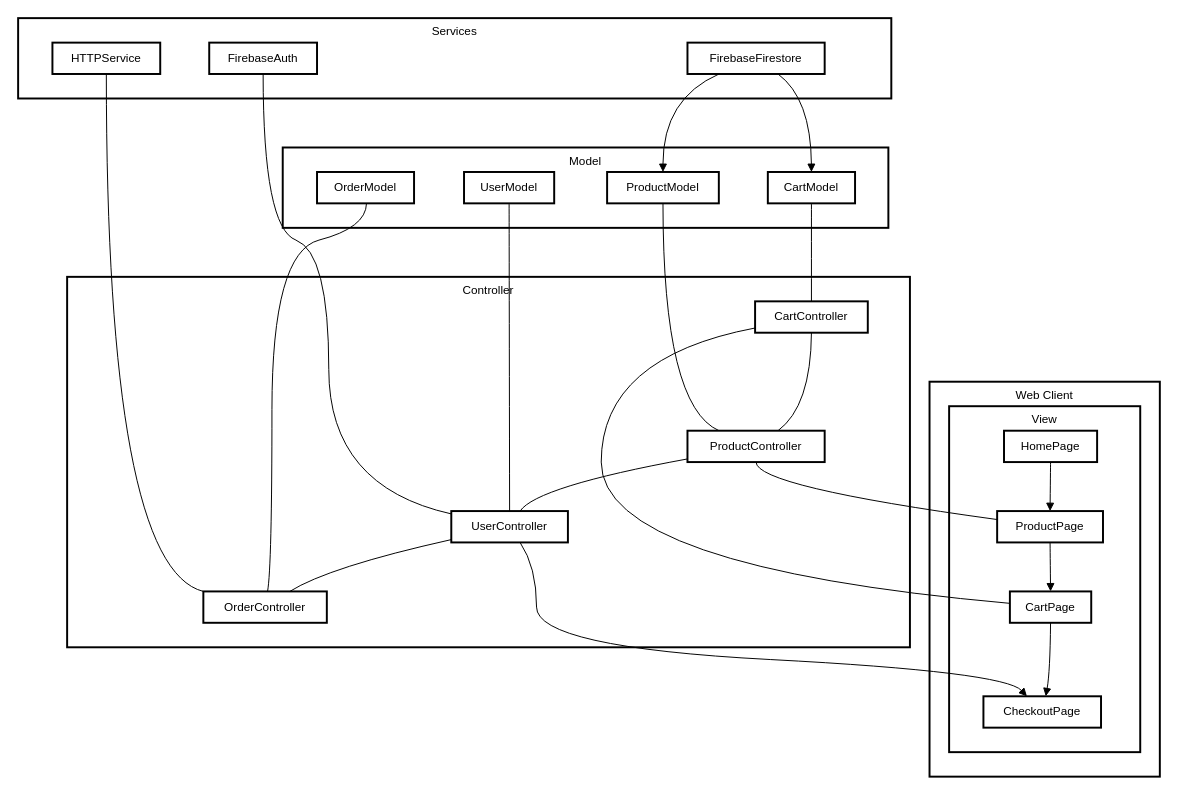
The draw.io diagram lib/systemarchitecture.drawio in brianmwirigi/vegi_connect, before the edit. Source tidied: cells renumbered, new cells numbered last; positions are measured from the earlier drawing's top-left corner, leaving out a move shared by most shapes. Both pictures are drawn from the tidied source at 98%, with x=0, y=0 at pixel (18, 18).
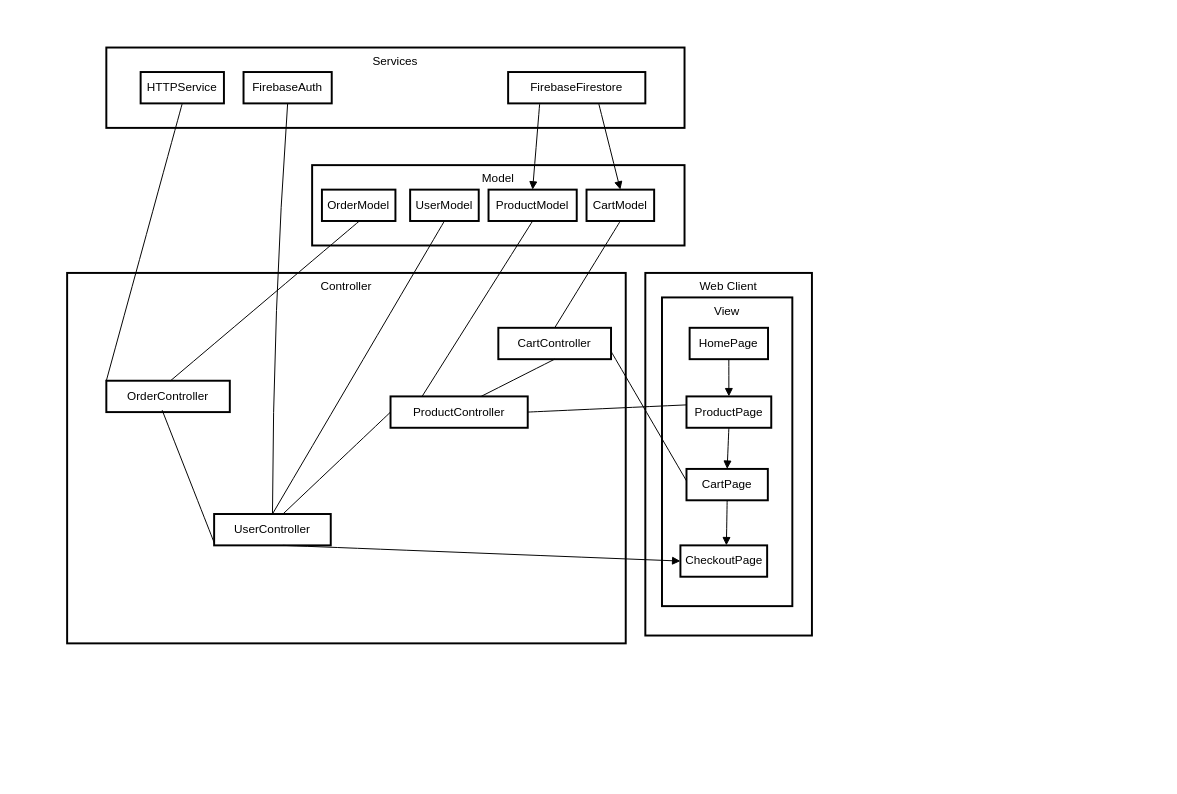
Above is the later version.

Change to the diagram source:
```diff
@@
     <mxCell id="2" value="Services" style="whiteSpace=wrap;strokeWidth=2;verticalAlign=top;" parent="1" vertex="1">
-      <mxGeometry width="891" height="82" as="geometry" />
+      <mxGeometry x="90" y="30" width="590" height="82" as="geometry" />
     </mxCell>
     <mxCell id="3" value="FirebaseAuth" style="whiteSpace=wrap;strokeWidth=2;" parent="1" vertex="1">
-      <mxGeometry x="195" y="25" width="110" height="32" as="geometry" />
+      <mxGeometry x="230" y="55" width="90" height="32" as="geometry" />
     </mxCell>
     <mxCell id="4" value="FirebaseFirestore" style="whiteSpace=wrap;strokeWidth=2;" parent="1" vertex="1">
-      <mxGeometry x="683" y="25" width="140" height="32" as="geometry" />
+      <mxGeometry x="500" y="55" width="140" height="32" as="geometry" />
     </mxCell>
     <mxCell id="5" value="HTTPService" style="whiteSpace=wrap;strokeWidth=2;" parent="1" vertex="1">
-      <mxGeometry x="35" y="25" width="110" height="32" as="geometry" />
+      <mxGeometry x="125" y="55" width="85" height="32" as="geometry" />
     </mxCell>
     <mxCell id="6" value="Model" style="whiteSpace=wrap;strokeWidth=2;verticalAlign=top;" parent="1" vertex="1">
-      <mxGeometry x="270" y="132" width="618" height="82" as="geometry" />
+      <mxGeometry x="300" y="150" width="380" height="82" as="geometry" />
     </mxCell>
     <mxCell id="7" value="CartModel" style="whiteSpace=wrap;strokeWidth=2;" parent="1" vertex="1">
-      <mxGeometry x="765" y="157" width="89" height="32" as="geometry" />
+      <mxGeometry x="580" y="175" width="69" height="32" as="geometry" />
     </mxCell>
     <mxCell id="8" value="ProductModel" style="whiteSpace=wrap;strokeWidth=2;" parent="1" vertex="1">
-      <mxGeometry x="601" y="157" width="114" height="32" as="geometry" />
+      <mxGeometry x="480" y="175" width="90" height="32" as="geometry" />
     </mxCell>
     <mxCell id="9" value="UserModel" style="whiteSpace=wrap;strokeWidth=2;" parent="1" vertex="1">
-      <mxGeometry x="455" y="157" width="92" height="32" as="geometry" />
+      <mxGeometry x="400" y="175" width="70" height="32" as="geometry" />
     </mxCell>
     <mxCell id="10" value="OrderModel" style="whiteSpace=wrap;strokeWidth=2;" parent="1" vertex="1">
-      <mxGeometry x="305" y="157" width="99" height="32" as="geometry" />
+      <mxGeometry x="310" y="175" width="75" height="32" as="geometry" />
     </mxCell>
     <mxCell id="11" value="Controller" style="whiteSpace=wrap;strokeWidth=2;verticalAlign=top;" parent="1" vertex="1">
-      <mxGeometry x="50" y="264" width="860" height="378" as="geometry" />
+      <mxGeometry x="50" y="260" width="570" height="378" as="geometry" />
     </mxCell>
     <mxCell id="12" value="CartController" style="whiteSpace=wrap;strokeWidth=2;" parent="1" vertex="1">
-      <mxGeometry x="752" y="289" width="115" height="32" as="geometry" />
+      <mxGeometry x="490" y="316" width="115" height="32" as="geometry" />
     </mxCell>
     <mxCell id="13" value="ProductController" style="whiteSpace=wrap;strokeWidth=2;" parent="1" vertex="1">
-      <mxGeometry x="683" y="421" width="140" height="32" as="geometry" />
+      <mxGeometry x="380" y="386" width="140" height="32" as="geometry" />
     </mxCell>
     <mxCell id="14" value="UserController" style="whiteSpace=wrap;strokeWidth=2;" parent="1" vertex="1">
-      <mxGeometry x="442" y="503" width="119" height="32" as="geometry" />
+      <mxGeometry x="200" y="506" width="119" height="32" as="geometry" />
     </mxCell>
     <mxCell id="15" value="OrderController" style="whiteSpace=wrap;strokeWidth=2;" parent="1" vertex="1">
-      <mxGeometry x="189" y="585" width="126" height="32" as="geometry" />
+      <mxGeometry x="90" y="370" width="126" height="32" as="geometry" />
     </mxCell>
     <mxCell id="16" value="Web Client" style="whiteSpace=wrap;strokeWidth=2;verticalAlign=top;" parent="1" vertex="1">
-      <mxGeometry x="930" y="371" width="235" height="403" as="geometry" />
+      <mxGeometry x="640" y="260" width="170" height="370" as="geometry" />
     </mxCell>
     <mxCell id="17" value="View" style="whiteSpace=wrap;strokeWidth=2;verticalAlign=top;" parent="1" vertex="1">
-      <mxGeometry x="950" y="396" width="195" height="353" as="geometry" />
+      <mxGeometry x="657" y="285" width="133" height="315" as="geometry" />
     </mxCell>
     <mxCell id="18" value="HomePage" style="whiteSpace=wrap;strokeWidth=2;" parent="1" vertex="1">
-      <mxGeometry x="1006" y="421" width="95" height="32" as="geometry" />
+      <mxGeometry x="685.2" y="316" width="80" height="32" as="geometry" />
     </mxCell>
     <mxCell id="19" value="ProductPage" style="whiteSpace=wrap;strokeWidth=2;" parent="1" vertex="1">
-      <mxGeometry x="999" y="503" width="108" height="32" as="geometry" />
+      <mxGeometry x="682" y="386" width="86.5" height="32" as="geometry" />
     </mxCell>
     <mxCell id="20" value="CartPage" style="whiteSpace=wrap;strokeWidth=2;" parent="1" vertex="1">
-      <mxGeometry x="1012" y="585" width="83" height="32" as="geometry" />
+      <mxGeometry x="682" y="460" width="83" height="32" as="geometry" />
     </mxCell>
     <mxCell id="21" value="CheckoutPage" style="whiteSpace=wrap;strokeWidth=2;" parent="1" vertex="1">
-      <mxGeometry x="985" y="692" width="120" height="32" as="geometry" />
+      <mxGeometry x="675.8" y="538" width="88.5" height="32" as="geometry" />
     </mxCell>
@@
     <mxCell id="24" style="curved=1;startArrow=none;endArrow=block;exitX=0.5;exitY=1;entryX=0.53;entryY=0;" parent="1" edge="1" source="20" target="21">
-      <mxGeometry relative="1" as="geometry">
-        <Array as="points">
-          <mxPoint x="1053" y="667" />
-        </Array>
-      </mxGeometry>
+      <mxGeometry relative="1" as="geometry" />
     </mxCell>
-    <mxCell id="25" style="curved=1;startArrow=none;endArrow=none;exitX=0;exitY=0.85;entryX=0;entryY=0.38;" parent="1" edge="1" source="12" target="20">
-      <mxGeometry relative="1" as="geometry">
-        <Array as="points">
-          <mxPoint x="595" y="346" />
-          <mxPoint x="595" y="560" />
-        </Array>
-      </mxGeometry>
+    <mxCell id="25" style="curved=1;startArrow=none;endArrow=none;exitX=1;exitY=0.75;entryX=0;entryY=0.38;exitDx=0;exitDy=0;" parent="1" edge="1" source="12" target="20">
+      <mxGeometry relative="1" as="geometry" />
     </mxCell>
-    <mxCell id="26" style="curved=1;startArrow=none;endArrow=none;exitX=0.5;exitY=1;entryX=0;entryY=0.27;" parent="1" edge="1" source="13" target="19">
-      <mxGeometry relative="1" as="geometry">
-        <Array as="points">
-          <mxPoint x="753" y="478" />
-        </Array>
-      </mxGeometry>
+    <mxCell id="26" style="curved=1;startArrow=none;endArrow=none;exitX=1;exitY=0.5;entryX=0;entryY=0.27;exitDx=0;exitDy=0;" parent="1" edge="1" source="13" target="19">
+      <mxGeometry relative="1" as="geometry" />
     </mxCell>
-    <mxCell id="27" style="curved=1;startArrow=none;endArrow=block;exitX=0.59;exitY=1;entryX=0.37;entryY=0;" parent="1" edge="1" source="14" target="21">
-      <mxGeometry relative="1" as="geometry">
-        <Array as="points">
-          <mxPoint x="529" y="560" />
-          <mxPoint x="529" y="642" />
-          <mxPoint x="1006" y="667" />
-        </Array>
-      </mxGeometry>
+    <mxCell id="27" style="curved=1;startArrow=none;endArrow=block;exitX=0.59;exitY=1;entryX=0;entryY=0.5;entryDx=0;entryDy=0;" parent="1" edge="1" source="14" target="21">
+      <mxGeometry relative="1" as="geometry" />
     </mxCell>
     <mxCell id="28" style="curved=1;startArrow=none;endArrow=none;exitX=0.5;exitY=1;entryX=0.66;entryY=0;" parent="1" edge="1" source="12" target="13">
-      <mxGeometry relative="1" as="geometry">
-        <Array as="points">
-          <mxPoint x="809" y="396" />
-        </Array>
-      </mxGeometry>
+      <mxGeometry relative="1" as="geometry" />
     </mxCell>
-    <mxCell id="29" style="curved=1;startArrow=none;endArrow=none;exitX=0;exitY=0.9;entryX=0.59;entryY=0;" parent="1" edge="1" source="13" target="14">
-      <mxGeometry relative="1" as="geometry">
-        <Array as="points">
-          <mxPoint x="529" y="478" />
-        </Array>
-      </mxGeometry>
+    <mxCell id="29" style="curved=1;startArrow=none;endArrow=none;exitX=0;exitY=0.5;entryX=0.59;entryY=0;exitDx=0;exitDy=0;" parent="1" edge="1" source="13" target="14">
+      <mxGeometry relative="1" as="geometry" />
     </mxCell>
-    <mxCell id="30" style="curved=1;startArrow=none;endArrow=none;exitX=0;exitY=0.91;entryX=0.7;entryY=0;" parent="1" edge="1" source="14" target="15">
-      <mxGeometry relative="1" as="geometry">
-        <Array as="points">
-          <mxPoint x="317" y="560" />
-        </Array>
-      </mxGeometry>
+    <mxCell id="30" style="curved=1;startArrow=none;endArrow=none;exitX=0;exitY=0.91;entryX=0.452;entryY=0.938;entryDx=0;entryDy=0;entryPerimeter=0;" parent="1" edge="1" source="14" target="15">
+      <mxGeometry relative="1" as="geometry" />
     </mxCell>
@@
     <mxCell id="32" style="curved=1;startArrow=none;endArrow=none;exitX=0.5;exitY=1;entryX=0.23;entryY=0;" parent="1" edge="1" source="8" target="13">
-      <mxGeometry relative="1" as="geometry">
-        <Array as="points">
-          <mxPoint x="658" y="396" />
-        </Array>
-      </mxGeometry>
+      <mxGeometry relative="1" as="geometry" />
     </mxCell>
@@
     <mxCell id="34" style="curved=1;startArrow=none;endArrow=none;exitX=0.51;exitY=1;entryX=0.52;entryY=0;" parent="1" edge="1" source="10" target="15">
-      <mxGeometry relative="1" as="geometry">
-        <Array as="points">
-          <mxPoint x="355" y="214" />
-          <mxPoint x="259" y="239" />
-          <mxPoint x="259" y="560" />
-        </Array>
-      </mxGeometry>
+      <mxGeometry relative="1" as="geometry" />
     </mxCell>
-    <mxCell id="35" style="curved=1;startArrow=none;endArrow=none;exitX=0.5;exitY=1;entryX=0;entryY=0.09;" parent="1" edge="1" source="3" target="14">
+    <mxCell id="35" style="curved=1;startArrow=none;endArrow=none;exitX=0.5;exitY=1;" parent="1" edge="1" source="3" target="14">
       <mxGeometry relative="1" as="geometry">
         <Array as="points">
-          <mxPoint x="250" y="214" />
-          <mxPoint x="317" y="239" />
-          <mxPoint x="317" y="478" />
+          <mxPoint x="260" y="300" />
         </Array>
       </mxGeometry>
     </mxCell>
     <mxCell id="36" style="curved=1;startArrow=none;endArrow=block;exitX=0.23;exitY=1;entryX=0.5;entryY=0;" parent="1" edge="1" source="4" target="8">
-      <mxGeometry relative="1" as="geometry">
-        <Array as="points">
-          <mxPoint x="658" y="82" />
-        </Array>
-      </mxGeometry>
+      <mxGeometry relative="1" as="geometry" />
     </mxCell>
     <mxCell id="37" style="curved=1;startArrow=none;endArrow=block;exitX=0.66;exitY=1;entryX=0.5;entryY=0;" parent="1" edge="1" source="4" target="7">
-      <mxGeometry relative="1" as="geometry">
-        <Array as="points">
-          <mxPoint x="809" y="82" />
-        </Array>
-      </mxGeometry>
+      <mxGeometry relative="1" as="geometry" />
     </mxCell>
     <mxCell id="38" style="curved=1;startArrow=none;endArrow=none;exitX=0.5;exitY=1;entryX=0;entryY=0;" parent="1" edge="1" source="5" target="15">
-      <mxGeometry relative="1" as="geometry">
-        <Array as="points">
-          <mxPoint x="90" y="560" />
-        </Array>
-      </mxGeometry>
+      <mxGeometry relative="1" as="geometry" />
     </mxCell>
```
